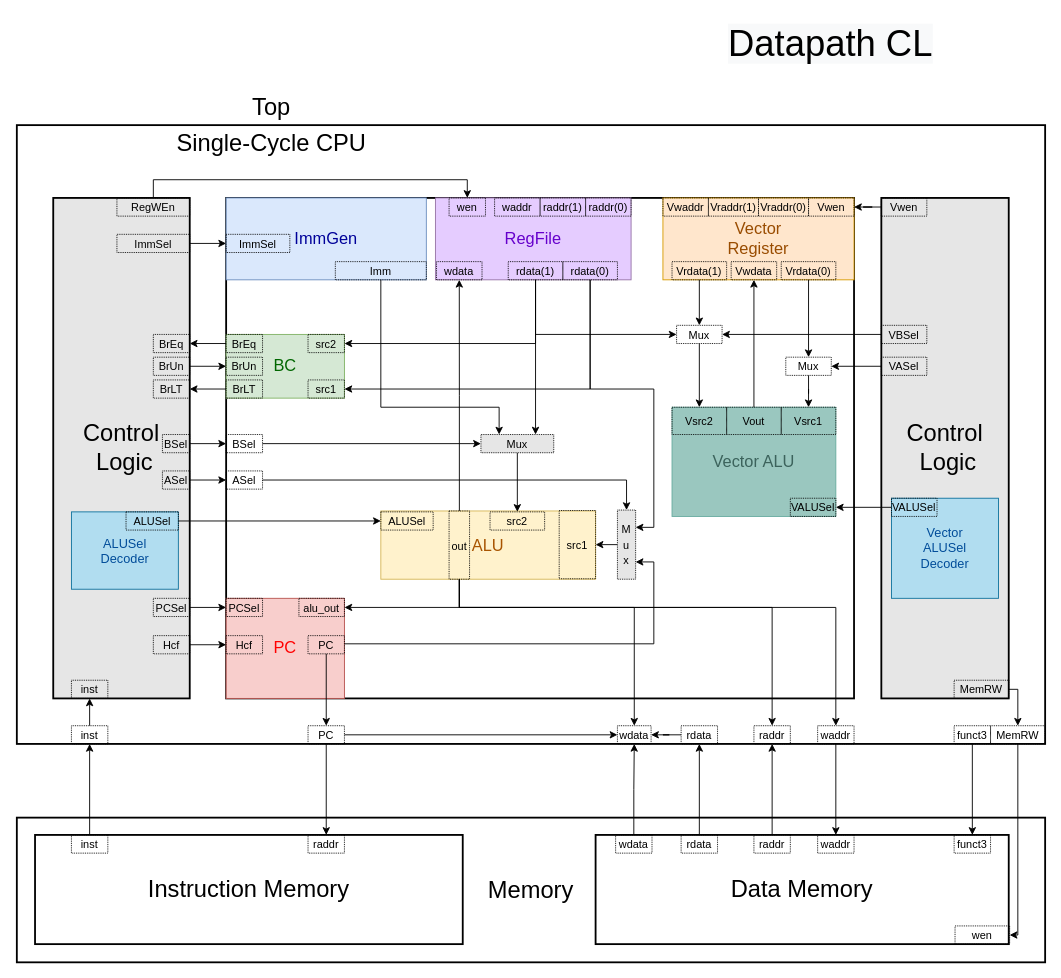
Above: RV32V+RV32M CPU-top-level block diagram.drawio in daniel100373/draw.io (draw.io), before the change. Source tidied: cells renumbered, new cells numbered last; positions are measured from the earlier drawing's top-left corner, leaving out a move shared by most shapes. Both pictures are drawn from the tidied source at 91%, with x=0, y=0 at pixel (16, 15).
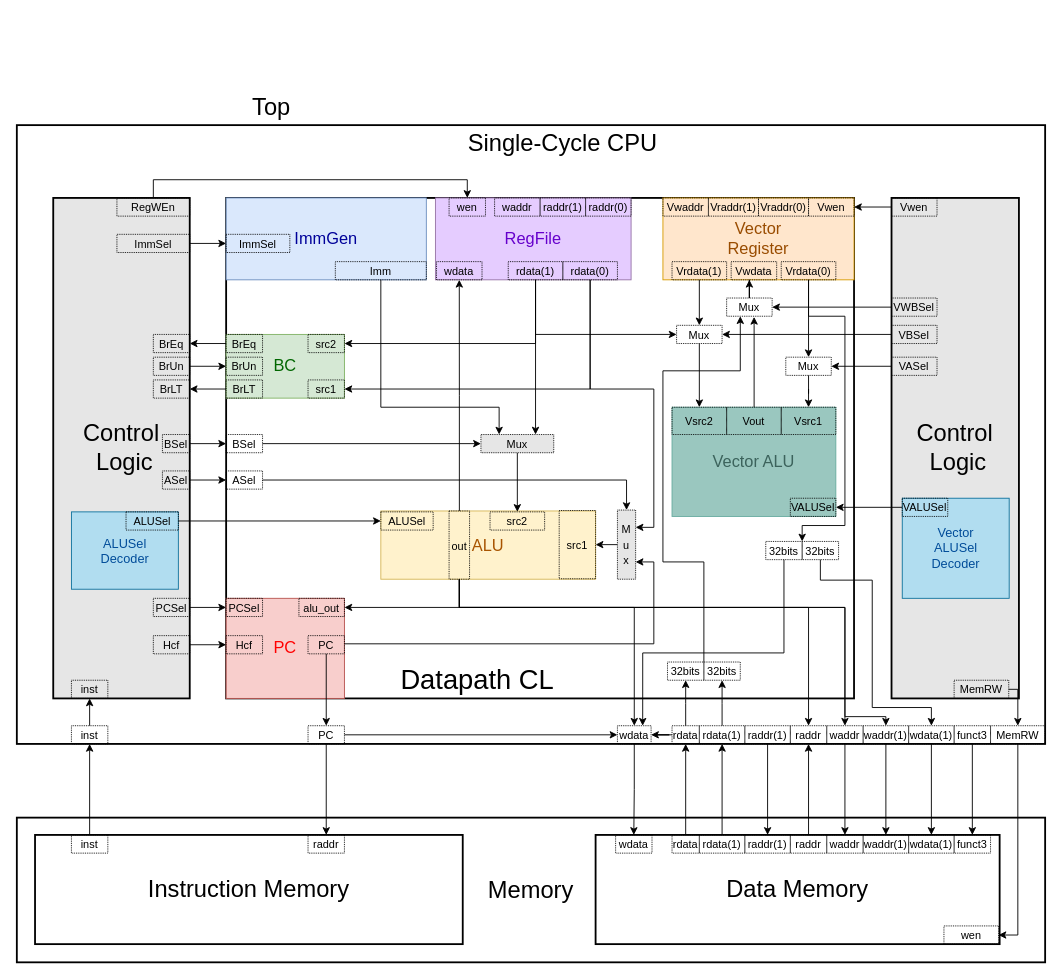
After the change.

Unchanged cells that the change refers to:
```xml
<mxCell id="50" value="&lt;font color=&quot;#000000&quot;&gt;&lt;span style=&quot;font-size: 12px&quot;&gt;out&lt;/span&gt;&lt;/font&gt;" style="rounded=0;whiteSpace=wrap;html=1;labelBorderColor=none;fontSize=14;fontColor=#A680B8;fillColor=none;dashed=1;dashPattern=1 1;" parent="1" vertex="1">
  <mxGeometry x="475" y="544" width="22.5" height="75" as="geometry" />
</mxCell>
<mxCell id="101" value="&lt;font color=&quot;#000000&quot;&gt;&lt;span style=&quot;font-size: 12px&quot;&gt;wdata&lt;/span&gt;&lt;/font&gt;" style="rounded=0;whiteSpace=wrap;html=1;labelBorderColor=none;fontSize=14;fontColor=#A680B8;fillColor=none;dashed=1;dashPattern=1 1;" parent="1" vertex="1">
  <mxGeometry x="658" y="900" width="40" height="20" as="geometry" />
</mxCell>
<mxCell id="106" value="&lt;font color=&quot;#000000&quot;&gt;&lt;span style=&quot;font-size: 12px&quot;&gt;wdata&lt;/span&gt;&lt;/font&gt;" style="rounded=0;whiteSpace=wrap;html=1;labelBorderColor=none;fontSize=14;fontColor=#A680B8;fillColor=none;dashed=1;dashPattern=1 1;" parent="1" vertex="1">
  <mxGeometry x="660" y="780" width="37" height="20" as="geometry" />
</mxCell>
<mxCell id="117" value="&lt;font color=&quot;#000000&quot;&gt;&lt;span style=&quot;font-size: 12px&quot;&gt;Vwdata&lt;/span&gt;&lt;/font&gt;" style="rounded=0;whiteSpace=wrap;html=1;labelBorderColor=none;fontSize=14;fontColor=#A680B8;fillColor=none;dashed=1;dashPattern=1 1;" parent="1" vertex="1">
  <mxGeometry x="785" y="270" width="50" height="20" as="geometry" />
</mxCell>
<mxCell id="123" value="&lt;font color=&quot;#000000&quot;&gt;&lt;span style=&quot;font-size: 12px&quot;&gt;Vrdata(0)&lt;/span&gt;&lt;/font&gt;" style="rounded=0;whiteSpace=wrap;html=1;labelBorderColor=none;fontSize=14;fontColor=#A680B8;fillColor=none;dashed=1;dashPattern=1 1;" parent="1" vertex="1">
  <mxGeometry x="840" y="270" width="60" height="20" as="geometry" />
</mxCell>
<mxCell id="127" value="&lt;font color=&quot;#000000&quot;&gt;&lt;span style=&quot;font-size: 12px&quot;&gt;Vout&lt;/span&gt;&lt;/font&gt;" style="rounded=0;whiteSpace=wrap;html=1;labelBorderColor=none;fontSize=14;fontColor=#A680B8;fillColor=none;dashed=1;dashPattern=1 1;" parent="1" vertex="1">
  <mxGeometry x="780" y="430" width="60" height="30" as="geometry" />
</mxCell>
```

Change to the diagram source:
```diff
@@
     <mxCell id="6" value="&lt;font style=&quot;font-size: 26px&quot;&gt;Single-Cycle CPU&lt;/font&gt;" style="text;html=1;strokeColor=none;fillColor=none;align=center;verticalAlign=middle;whiteSpace=wrap;rounded=0;" parent="1" vertex="1">
-      <mxGeometry x="160" y="120" width="240" height="40" as="geometry" />
+      <mxGeometry x="480" y="120" width="240" height="40" as="geometry" />
     </mxCell>
@@
     <mxCell id="9" value="Data Memory" style="rounded=0;whiteSpace=wrap;html=1;fontSize=26;fillColor=none;strokeColor=#000000;strokeWidth=2;" parent="1" vertex="1">
-      <mxGeometry x="636" y="900" width="454" height="120" as="geometry" />
+      <mxGeometry x="636" y="900" width="444" height="120" as="geometry" />
     </mxCell>
@@
-    <mxCell id="17" value="&lt;span style=&quot;color: rgb(0, 0, 0); font-family: helvetica; font-size: 40px; font-style: normal; font-weight: 400; letter-spacing: normal; text-align: center; text-indent: 0px; text-transform: none; word-spacing: 0px; background-color: rgb(248, 249, 250); display: inline; float: none;&quot;&gt;Datapath CL&lt;/span&gt;" style="text;whiteSpace=wrap;html=1;fontSize=40;fontColor=#3C635C;" parent="1" vertex="1">
-      <mxGeometry x="780" width="240" height="40" as="geometry" />
+    <mxCell id="17" value="&lt;span style=&quot;color: rgb(0 , 0 , 0) ; font-family: &amp;#34;helvetica&amp;#34; ; font-style: normal ; font-weight: 400 ; letter-spacing: normal ; text-align: center ; text-indent: 0px ; text-transform: none ; word-spacing: 0px ; display: inline ; float: none&quot;&gt;&lt;font style=&quot;font-size: 30px&quot;&gt;Datapath CL&lt;/font&gt;&lt;/span&gt;" style="text;whiteSpace=wrap;html=1;fontSize=40;fontColor=#3C635C;" parent="1" vertex="1">
+      <mxGeometry x="420" y="695" width="240" height="50" as="geometry" />
     </mxCell>
@@
     <mxCell id="47" style="edgeStyle=orthogonalEdgeStyle;rounded=0;jettySize=auto;html=1;entryX=0.5;entryY=0;entryDx=0;entryDy=0;fontSize=40;fontColor=#004C99;" parent="1" edge="1" source="50" target="105">
       <mxGeometry relative="1" as="geometry">
         <Array as="points">
           <mxPoint x="486" y="650" />
-          <mxPoint x="900" y="650" />
+          <mxPoint x="910" y="650" />
         </Array>
       </mxGeometry>
     </mxCell>
@@
     <mxCell id="49" style="edgeStyle=orthogonalEdgeStyle;rounded=0;jettySize=auto;html=1;fontSize=40;fontColor=#004C99;" parent="1" edge="1" source="50" target="109">
       <mxGeometry relative="1" as="geometry">
         <Array as="points">
           <mxPoint x="486" y="650" />
-          <mxPoint x="830" y="650" />
+          <mxPoint x="870" y="650" />
         </Array>
       </mxGeometry>
     </mxCell>
+    <mxCell id="140" style="edgeStyle=orthogonalEdgeStyle;rounded=0;jettySize=auto;html=1;fontSize=12;fontColor=#004C99;entryX=0.5;entryY=0;entryDx=0;entryDy=0;" parent="1" edge="1" source="50" target="167">
+      <mxGeometry relative="1" as="geometry">
+        <Array as="points">
+          <mxPoint x="486" y="650" />
+          <mxPoint x="910" y="650" />
+          <mxPoint x="910" y="770" />
+          <mxPoint x="955" y="770" />
+        </Array>
+      </mxGeometry>
+    </mxCell>
@@
     <mxCell id="56" value="&lt;span style=&quot;font-family: &amp;#34;helvetica&amp;#34;&quot;&gt;Control&lt;br&gt;&amp;nbsp;&lt;/span&gt;&lt;span style=&quot;font-family: &amp;#34;helvetica&amp;#34;&quot;&gt;Logic&lt;/span&gt;" style="rounded=0;whiteSpace=wrap;html=1;fontSize=26;fillColor=#E6E6E6;strokeColor=#000000;strokeWidth=2;" parent="1" vertex="1">
-      <mxGeometry x="950" y="200" width="140" height="550" as="geometry" />
+      <mxGeometry x="961.2" y="200" width="140" height="550" as="geometry" />
     </mxCell>
@@
     <mxCell id="91" value="&lt;font color=&quot;#000000&quot; style=&quot;font-size: 12px&quot;&gt;wen&lt;/font&gt;" style="rounded=0;whiteSpace=wrap;html=1;labelBorderColor=none;fontSize=14;fontColor=#A680B8;fillColor=none;dashed=1;dashPattern=1 1;" parent="1" vertex="1">
-      <mxGeometry x="1031" y="1000" width="60" height="20" as="geometry" />
+      <mxGeometry x="1018.8" y="1000" width="60" height="20" as="geometry" />
     </mxCell>
@@
     <mxCell id="96" value="&lt;font color=&quot;#000000&quot; style=&quot;font-size: 12px&quot;&gt;raddr&lt;/font&gt;" style="rounded=0;whiteSpace=wrap;html=1;labelBorderColor=none;fontSize=14;fontColor=#A680B8;fillColor=none;dashed=1;dashPattern=1 1;" parent="1" vertex="1">
-      <mxGeometry x="810" y="900" width="40" height="20" as="geometry" />
+      <mxGeometry x="850" y="900" width="40" height="20" as="geometry" />
     </mxCell>
@@
     <mxCell id="98" value="&lt;font color=&quot;#000000&quot;&gt;&lt;span style=&quot;font-size: 12px&quot;&gt;rdata&lt;/span&gt;&lt;/font&gt;" style="rounded=0;whiteSpace=wrap;html=1;labelBorderColor=none;fontSize=14;fontColor=#A680B8;fillColor=none;dashed=1;dashPattern=1 1;" parent="1" vertex="1">
-      <mxGeometry x="730" y="900" width="40" height="20" as="geometry" />
+      <mxGeometry x="720" y="900" width="30" height="20" as="geometry" />
     </mxCell>
     <mxCell id="99" value="&lt;font color=&quot;#000000&quot;&gt;&lt;span style=&quot;font-size: 12px&quot;&gt;waddr&lt;/span&gt;&lt;/font&gt;" style="rounded=0;whiteSpace=wrap;html=1;labelBorderColor=none;fontSize=14;fontColor=#A680B8;fillColor=none;dashed=1;dashPattern=1 1;" parent="1" vertex="1">
-      <mxGeometry x="880" y="900" width="40" height="20" as="geometry" />
+      <mxGeometry x="890" y="900" width="40" height="20" as="geometry" />
     </mxCell>
-    <mxCell id="100" style="edgeStyle=orthogonalEdgeStyle;rounded=0;jettySize=auto;html=1;entryX=0.5;entryY=1;entryDx=0;entryDy=0;fontSize=40;fontColor=#004C99;" parent="1" edge="1" source="101" target="106">
-      <mxGeometry relative="1" as="geometry" />
-    </mxCell>
@@
     <mxCell id="105" value="&lt;font color=&quot;#000000&quot;&gt;&lt;span style=&quot;font-size: 12px&quot;&gt;waddr&lt;/span&gt;&lt;/font&gt;" style="rounded=0;whiteSpace=wrap;html=1;labelBorderColor=none;fontSize=14;fontColor=#A680B8;fillColor=none;dashed=1;dashPattern=1 1;" parent="1" vertex="1">
-      <mxGeometry x="880" y="780" width="40" height="20" as="geometry" />
+      <mxGeometry x="890" y="780" width="40" height="20" as="geometry" />
     </mxCell>
+    <mxCell id="141" style="edgeStyle=orthogonalEdgeStyle;rounded=0;jettySize=auto;html=1;fontSize=12;fontColor=#004C99;" parent="1" edge="1" source="106" target="101">
+      <mxGeometry relative="1" as="geometry" />
+    </mxCell>
@@
+    <mxCell id="142" style="edgeStyle=orthogonalEdgeStyle;rounded=0;jettySize=auto;html=1;fontSize=40;fontColor=#004C99;" parent="1" edge="1" source="108">
+      <mxGeometry relative="1" as="geometry">
+        <mxPoint x="735" y="730" as="targetPoint" />
+      </mxGeometry>
+    </mxCell>
     <mxCell id="108" value="&lt;font color=&quot;#000000&quot;&gt;&lt;span style=&quot;font-size: 12px&quot;&gt;rdata&lt;/span&gt;&lt;/font&gt;" style="rounded=0;whiteSpace=wrap;html=1;labelBorderColor=none;fontSize=14;fontColor=#A680B8;fillColor=none;dashed=1;dashPattern=1 1;" parent="1" vertex="1">
-      <mxGeometry x="730" y="780" width="40" height="20" as="geometry" />
+      <mxGeometry x="720" y="780" width="30" height="20" as="geometry" />
     </mxCell>
     <mxCell id="109" value="&lt;font color=&quot;#000000&quot; style=&quot;font-size: 12px&quot;&gt;raddr&lt;/font&gt;" style="rounded=0;whiteSpace=wrap;html=1;labelBorderColor=none;fontSize=14;fontColor=#A680B8;fillColor=none;dashed=1;dashPattern=1 1;" parent="1" vertex="1">
-      <mxGeometry x="810" y="780" width="40" height="20" as="geometry" />
+      <mxGeometry x="850" y="780" width="40" height="20" as="geometry" />
     </mxCell>
@@
     <mxCell id="115" value="&lt;span style=&quot;color: rgb(0 , 0 , 0) ; font-size: 12px&quot;&gt;Vwen&lt;/span&gt;" style="rounded=0;whiteSpace=wrap;html=1;labelBorderColor=none;fontSize=14;fontColor=#A680B8;fillColor=none;dashed=1;dashPattern=1 1;" parent="1" vertex="1">
-      <mxGeometry x="950" y="200" width="50" height="20" as="geometry" />
+      <mxGeometry x="961.2" y="200" width="50" height="20" as="geometry" />
     </mxCell>
@@
+    <mxCell id="143" style="edgeStyle=orthogonalEdgeStyle;rounded=0;jettySize=auto;html=1;entryX=1;entryY=0;entryDx=0;entryDy=0;fontSize=12;fontColor=#004C99;" parent="1" edge="1" source="123" target="159">
+      <mxGeometry relative="1" as="geometry">
+        <Array as="points">
+          <mxPoint x="870" y="330" />
+          <mxPoint x="910" y="330" />
+          <mxPoint x="910" y="560" />
+          <mxPoint x="863" y="560" />
+        </Array>
+      </mxGeometry>
+    </mxCell>
@@
-    <mxCell id="126" style="edgeStyle=orthogonalEdgeStyle;rounded=0;jettySize=auto;html=1;fontSize=40;fontColor=#004C99;" parent="1" edge="1" source="127" target="117">
-      <mxGeometry relative="1" as="geometry" />
+    <mxCell id="126" style="edgeStyle=orthogonalEdgeStyle;rounded=0;jettySize=auto;html=1;fontSize=40;fontColor=#004C99;entryX=0.603;entryY=1.036;entryDx=0;entryDy=0;entryPerimeter=0;" parent="1" edge="1" source="127" target="155">
+      <mxGeometry relative="1" as="geometry">
+        <Array as="points">
+          <mxPoint x="810" y="340" />
+        </Array>
+      </mxGeometry>
     </mxCell>
@@
     <mxCell id="129" value="&lt;span style=&quot;color: rgb(0 , 0 , 0) ; font-size: 12px&quot;&gt;VASel&lt;/span&gt;" style="rounded=0;whiteSpace=wrap;html=1;labelBorderColor=none;fontSize=14;fontColor=#A680B8;fillColor=none;dashed=1;dashPattern=1 1;" parent="1" vertex="1">
-      <mxGeometry x="950" y="375" width="50" height="20" as="geometry" />
+      <mxGeometry x="961.2" y="375" width="50" height="20" as="geometry" />
     </mxCell>
@@
     <mxCell id="133" value="&lt;span style=&quot;color: rgb(0 , 0 , 0) ; font-size: 12px&quot;&gt;VBSel&lt;/span&gt;" style="rounded=0;whiteSpace=wrap;html=1;labelBorderColor=none;fontSize=14;fontColor=#A680B8;fillColor=none;dashed=1;dashPattern=1 1;" parent="1" vertex="1">
-      <mxGeometry x="950" y="340" width="50" height="20" as="geometry" />
+      <mxGeometry x="961.2" y="340" width="50" height="20" as="geometry" />
     </mxCell>
@@
     <mxCell id="136" value="&lt;font style=&quot;font-size: 14px&quot; color=&quot;#004c99&quot;&gt;Vector &lt;br&gt;ALUSel &lt;br&gt;Decoder&lt;/font&gt;" style="rounded=0;whiteSpace=wrap;html=1;fillColor=#b1ddf0;strokeColor=#10739e;" parent="1" vertex="1">
-      <mxGeometry x="961.2" y="530" width="117.5" height="110" as="geometry" />
+      <mxGeometry x="973" y="530" width="117.5" height="110" as="geometry" />
     </mxCell>
@@
     <mxCell id="138" value="&lt;span style=&quot;color: rgb(0 , 0 , 0) ; font-size: 12px&quot;&gt;VALUSel&lt;/span&gt;" style="rounded=0;whiteSpace=wrap;html=1;labelBorderColor=none;fontSize=14;fontColor=#A680B8;fillColor=none;dashed=1;dashPattern=1 1;" parent="1" vertex="1">
-      <mxGeometry x="961.2" y="530" width="50" height="20" as="geometry" />
+      <mxGeometry x="973" y="530" width="50" height="20" as="geometry" />
     </mxCell>
@@
+    <mxCell id="144" style="edgeStyle=orthogonalEdgeStyle;rounded=0;jettySize=auto;html=1;fontSize=40;fontColor=#004C99;" parent="1" edge="1" source="145" target="147">
+      <mxGeometry relative="1" as="geometry" />
+    </mxCell>
+    <mxCell id="145" value="&lt;font color=&quot;#000000&quot;&gt;&lt;span style=&quot;font-size: 12px&quot;&gt;rdata(1)&lt;/span&gt;&lt;/font&gt;" style="rounded=0;whiteSpace=wrap;html=1;labelBorderColor=none;fontSize=14;fontColor=#A680B8;fillColor=none;dashed=1;dashPattern=1 1;" parent="1" vertex="1">
+      <mxGeometry x="750" y="900" width="50" height="20" as="geometry" />
+    </mxCell>
+    <mxCell id="146" style="edgeStyle=orthogonalEdgeStyle;rounded=0;jettySize=auto;html=1;fontSize=40;fontColor=#004C99;" parent="1" edge="1" source="147">
+      <mxGeometry relative="1" as="geometry">
+        <mxPoint x="775" y="730" as="targetPoint" />
+      </mxGeometry>
+    </mxCell>
+    <mxCell id="147" value="&lt;font color=&quot;#000000&quot;&gt;&lt;span style=&quot;font-size: 12px&quot;&gt;rdata(1)&lt;/span&gt;&lt;/font&gt;" style="rounded=0;whiteSpace=wrap;html=1;labelBorderColor=none;fontSize=14;fontColor=#A680B8;fillColor=none;dashed=1;dashPattern=1 1;" parent="1" vertex="1">
+      <mxGeometry x="750" y="780" width="50" height="20" as="geometry" />
+    </mxCell>
+    <mxCell id="148" style="edgeStyle=orthogonalEdgeStyle;rounded=0;jettySize=auto;html=1;fontSize=40;fontColor=#004C99;" parent="1" edge="1" source="149" target="150">
+      <mxGeometry relative="1" as="geometry" />
+    </mxCell>
+    <mxCell id="149" value="&lt;font color=&quot;#000000&quot;&gt;&lt;span style=&quot;font-size: 12px&quot;&gt;raddr(1)&lt;/span&gt;&lt;/font&gt;" style="rounded=0;whiteSpace=wrap;html=1;labelBorderColor=none;fontSize=14;fontColor=#A680B8;fillColor=none;dashed=1;dashPattern=1 1;" parent="1" vertex="1">
+      <mxGeometry x="800" y="780" width="50" height="20" as="geometry" />
+    </mxCell>
+    <mxCell id="150" value="&lt;font color=&quot;#000000&quot;&gt;&lt;span style=&quot;font-size: 12px&quot;&gt;raddr(1)&lt;/span&gt;&lt;/font&gt;" style="rounded=0;whiteSpace=wrap;html=1;labelBorderColor=none;fontSize=14;fontColor=#A680B8;fillColor=none;dashed=1;dashPattern=1 1;" parent="1" vertex="1">
+      <mxGeometry x="800" y="900" width="50" height="20" as="geometry" />
+    </mxCell>
+    <mxCell id="151" style="edgeStyle=orthogonalEdgeStyle;rounded=0;jettySize=auto;html=1;exitX=0;exitY=0;exitDx=0;exitDy=0;fontSize=40;fontColor=#004C99;" parent="1" edge="1" target="155">
+      <mxGeometry relative="1" as="geometry">
+        <mxPoint x="755" y="710" as="sourcePoint" />
+        <Array as="points">
+          <mxPoint x="755" y="600" />
+          <mxPoint x="710" y="600" />
+          <mxPoint x="710" y="390" />
+          <mxPoint x="795" y="390" />
+        </Array>
+      </mxGeometry>
+    </mxCell>
+    <mxCell id="152" style="edgeStyle=orthogonalEdgeStyle;rounded=0;jettySize=auto;html=1;exitX=0;exitY=0.5;exitDx=0;exitDy=0;entryX=1;entryY=0.5;entryDx=0;entryDy=0;fontSize=40;fontColor=#004C99;" parent="1" edge="1" source="153" target="155">
+      <mxGeometry relative="1" as="geometry" />
+    </mxCell>
+    <mxCell id="153" value="&lt;span style=&quot;color: rgb(0 , 0 , 0) ; font-size: 12px&quot;&gt;VWBSel&lt;/span&gt;" style="rounded=0;whiteSpace=wrap;html=1;labelBorderColor=none;fontSize=14;fontColor=#A680B8;fillColor=none;dashed=1;dashPattern=1 1;" parent="1" vertex="1">
+      <mxGeometry x="961.2" y="310" width="50" height="20" as="geometry" />
+    </mxCell>
+    <mxCell id="154" style="edgeStyle=orthogonalEdgeStyle;rounded=0;jettySize=auto;html=1;entryX=0.4;entryY=1;entryDx=0;entryDy=0;entryPerimeter=0;fontSize=40;fontColor=#004C99;" parent="1" edge="1" source="155" target="117">
+      <mxGeometry relative="1" as="geometry" />
+    </mxCell>
+    <mxCell id="155" value="&lt;span style=&quot;color: rgb(0 , 0 , 0) ; font-size: 12px&quot;&gt;Mux&lt;/span&gt;" style="rounded=0;whiteSpace=wrap;html=1;labelBorderColor=none;fontSize=14;fontColor=#A680B8;fillColor=none;dashed=1;dashPattern=1 1;" parent="1" vertex="1">
+      <mxGeometry x="780" y="310" width="50" height="20" as="geometry" />
+    </mxCell>
+    <mxCell id="156" value="&lt;font color=&quot;#000000&quot;&gt;&lt;span style=&quot;font-size: 12px&quot;&gt;32bits&lt;/span&gt;&lt;/font&gt;" style="rounded=0;whiteSpace=wrap;html=1;labelBorderColor=none;fontSize=14;fontColor=#A680B8;fillColor=none;dashed=1;dashPattern=1 1;" parent="1" vertex="1">
+      <mxGeometry x="715" y="710" width="40" height="20" as="geometry" />
+    </mxCell>
+    <mxCell id="157" value="&lt;font color=&quot;#000000&quot;&gt;&lt;span style=&quot;font-size: 12px&quot;&gt;32bits&lt;/span&gt;&lt;/font&gt;" style="rounded=0;whiteSpace=wrap;html=1;labelBorderColor=none;fontSize=14;fontColor=#A680B8;fillColor=none;dashed=1;dashPattern=1 1;" parent="1" vertex="1">
+      <mxGeometry x="755" y="710" width="40" height="20" as="geometry" />
+    </mxCell>
+    <mxCell id="158" style="edgeStyle=orthogonalEdgeStyle;rounded=0;jettySize=auto;html=1;entryX=0.75;entryY=0;entryDx=0;entryDy=0;fontSize=12;fontColor=#004C99;" parent="1" edge="1" source="159" target="106">
+      <mxGeometry relative="1" as="geometry">
+        <Array as="points">
+          <mxPoint x="843" y="700" />
+          <mxPoint x="688" y="700" />
+        </Array>
+      </mxGeometry>
+    </mxCell>
+    <mxCell id="159" value="&lt;font color=&quot;#000000&quot;&gt;&lt;span style=&quot;font-size: 12px&quot;&gt;32bits&lt;/span&gt;&lt;/font&gt;" style="rounded=0;whiteSpace=wrap;html=1;labelBorderColor=none;fontSize=14;fontColor=#A680B8;fillColor=none;dashed=1;dashPattern=1 1;" parent="1" vertex="1">
+      <mxGeometry x="823" y="577.5" width="40" height="20" as="geometry" />
+    </mxCell>
+    <mxCell id="160" style="edgeStyle=orthogonalEdgeStyle;rounded=0;jettySize=auto;html=1;fontSize=12;fontColor=#004C99;entryX=0.5;entryY=0;entryDx=0;entryDy=0;" parent="1" edge="1" source="161" target="164">
+      <mxGeometry relative="1" as="geometry">
+        <Array as="points">
+          <mxPoint x="883" y="620" />
+          <mxPoint x="940" y="620" />
+          <mxPoint x="940" y="760" />
+          <mxPoint x="1005" y="760" />
+        </Array>
+      </mxGeometry>
+    </mxCell>
+    <mxCell id="161" value="&lt;font color=&quot;#000000&quot;&gt;&lt;span style=&quot;font-size: 12px&quot;&gt;32bits&lt;/span&gt;&lt;/font&gt;" style="rounded=0;whiteSpace=wrap;html=1;labelBorderColor=none;fontSize=14;fontColor=#A680B8;fillColor=none;dashed=1;dashPattern=1 1;" parent="1" vertex="1">
+      <mxGeometry x="863" y="577.5" width="40" height="20" as="geometry" />
+    </mxCell>
+    <mxCell id="162" value="&lt;font color=&quot;#000000&quot;&gt;&lt;span style=&quot;font-size: 12px&quot;&gt;wdata(1)&lt;/span&gt;&lt;/font&gt;" style="rounded=0;whiteSpace=wrap;html=1;labelBorderColor=none;fontSize=14;fontColor=#A680B8;fillColor=none;dashed=1;dashPattern=1 1;" parent="1" vertex="1">
+      <mxGeometry x="980" y="900" width="50" height="20" as="geometry" />
+    </mxCell>
+    <mxCell id="163" style="edgeStyle=orthogonalEdgeStyle;rounded=0;jettySize=auto;html=1;fontSize=12;fontColor=#004C99;" parent="1" edge="1" source="164" target="162">
+      <mxGeometry relative="1" as="geometry" />
+    </mxCell>
+    <mxCell id="164" value="&lt;font color=&quot;#000000&quot;&gt;&lt;span style=&quot;font-size: 12px&quot;&gt;wdata(1)&lt;/span&gt;&lt;/font&gt;" style="rounded=0;whiteSpace=wrap;html=1;labelBorderColor=none;fontSize=14;fontColor=#A680B8;fillColor=none;dashed=1;dashPattern=1 1;" parent="1" vertex="1">
+      <mxGeometry x="980" y="780" width="50" height="20" as="geometry" />
+    </mxCell>
+    <mxCell id="165" value="&lt;font color=&quot;#000000&quot;&gt;&lt;span style=&quot;font-size: 12px&quot;&gt;waddr(1)&lt;/span&gt;&lt;/font&gt;" style="rounded=0;whiteSpace=wrap;html=1;labelBorderColor=none;fontSize=14;fontColor=#A680B8;fillColor=none;dashed=1;dashPattern=1 1;" parent="1" vertex="1">
+      <mxGeometry x="930" y="900" width="50" height="20" as="geometry" />
+    </mxCell>
+    <mxCell id="166" style="edgeStyle=orthogonalEdgeStyle;rounded=0;jettySize=auto;html=1;fontSize=12;fontColor=#004C99;" parent="1" edge="1" source="167" target="165">
+      <mxGeometry relative="1" as="geometry" />
+    </mxCell>
+    <mxCell id="167" value="&lt;font color=&quot;#000000&quot;&gt;&lt;span style=&quot;font-size: 12px&quot;&gt;waddr(1)&lt;/span&gt;&lt;/font&gt;" style="rounded=0;whiteSpace=wrap;html=1;labelBorderColor=none;fontSize=14;fontColor=#A680B8;fillColor=none;dashed=1;dashPattern=1 1;" parent="1" vertex="1">
+      <mxGeometry x="930" y="780" width="50" height="20" as="geometry" />
+    </mxCell>
```
